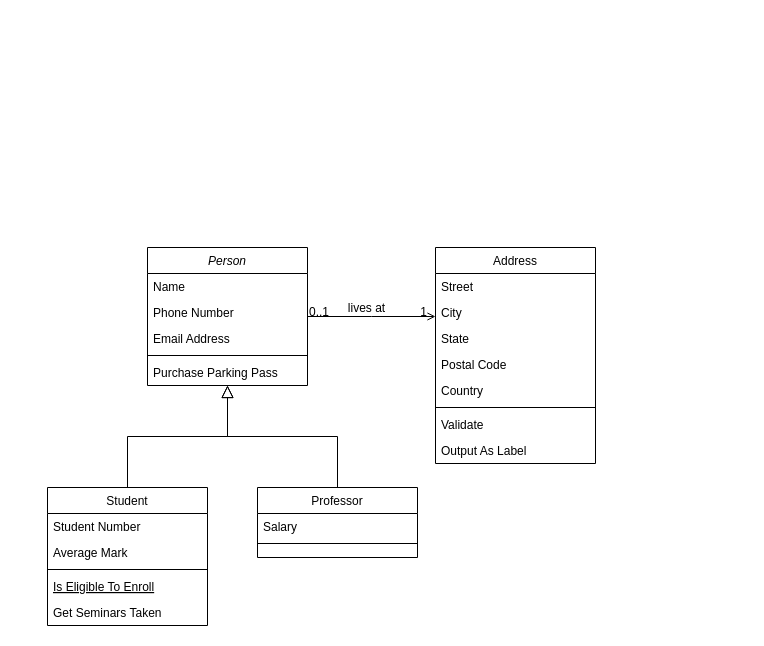
Before: Namnlöst diagram.drawio in MagSandberg/Labb3-Ressurrection, a draw.io diagram. Source tidied: cells renumbered, new cells numbered last; positions are measured from the earlier drawing's top-left corner, leaving out a move shared by most shapes. Both pictures are drawn from the tidied source at 100%, with x=0, y=0 at pixel (47, 247).
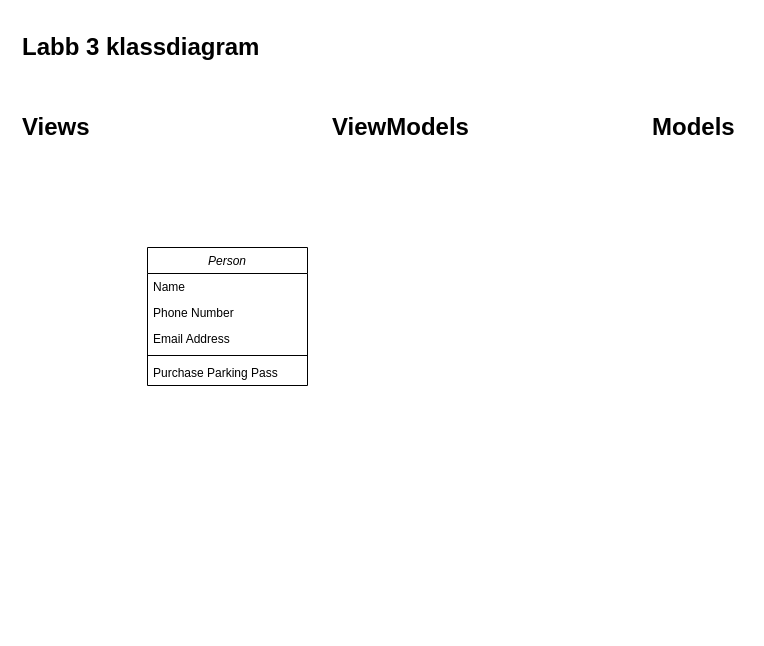
Above is the later version.

Unchanged cells that the change refers to:
```xml
<mxCell id="2" value="Person" style="swimlane;fontStyle=2;align=center;verticalAlign=top;horizontal=1;startSize=26;rounded=0;shadow=0;strokeWidth=1;" parent="1" vertex="1">
  <mxGeometry x="100" width="160" height="138" as="geometry" />
</mxCell>
```

The edit, as a diff of the source:
```diff
@@
-    <mxCell id="8" value="Student" style="swimlane;fontStyle=0;align=center;verticalAlign=top;horizontal=1;startSize=26;rounded=0;shadow=0;strokeWidth=1;" parent="1" vertex="1">
-      <mxGeometry y="240" width="160" height="138" as="geometry" />
-    </mxCell>
-    <mxCell id="9" value="Student Number" style="text;align=left;verticalAlign=top;spacingLeft=4;spacingRight=4;overflow=hidden;" parent="8" vertex="1">
-      <mxGeometry y="26" width="160" height="26" as="geometry" />
-    </mxCell>
-    <mxCell id="10" value="Average Mark" style="text;align=left;verticalAlign=top;spacingLeft=4;spacingRight=4;overflow=hidden;rounded=0;shadow=0;html=0;" parent="8" vertex="1">
-      <mxGeometry y="52" width="160" height="26" as="geometry" />
-    </mxCell>
-    <mxCell id="11" style="line;html=1;strokeWidth=1;align=left;verticalAlign=middle;spacingTop=-1;spacingLeft=3;spacingRight=3;labelPosition=right;" parent="8" vertex="1">
-      <mxGeometry y="78" width="160" height="8" as="geometry" />
-    </mxCell>
-    <mxCell id="12" value="Is Eligible To Enroll" style="text;align=left;verticalAlign=top;spacingLeft=4;spacingRight=4;overflow=hidden;fontStyle=4;" parent="8" vertex="1">
-      <mxGeometry y="86" width="160" height="26" as="geometry" />
-    </mxCell>
-    <mxCell id="13" value="Get Seminars Taken" style="text;align=left;verticalAlign=top;spacingLeft=4;spacingRight=4;overflow=hidden;" parent="8" vertex="1">
-      <mxGeometry y="112" width="160" height="26" as="geometry" />
-    </mxCell>
-    <mxCell id="14" style="endArrow=block;endSize=10;endFill=0;shadow=0;strokeWidth=1;rounded=0;edgeStyle=elbowEdgeStyle;elbow=vertical;" parent="1" edge="1" source="8" target="2">
-      <mxGeometry relative="1" as="geometry" />
-    </mxCell>
-    <mxCell id="15" value="Professor" style="swimlane;fontStyle=0;align=center;verticalAlign=top;horizontal=1;startSize=26;rounded=0;shadow=0;strokeWidth=1;" parent="1" vertex="1">
-      <mxGeometry x="210" y="240" width="160" height="70" as="geometry" />
-    </mxCell>
-    <mxCell id="16" value="Salary" style="text;align=left;verticalAlign=top;spacingLeft=4;spacingRight=4;overflow=hidden;" parent="15" vertex="1">
-      <mxGeometry y="26" width="160" height="26" as="geometry" />
-    </mxCell>
-    <mxCell id="17" style="line;html=1;strokeWidth=1;align=left;verticalAlign=middle;spacingTop=-1;spacingLeft=3;spacingRight=3;labelPosition=right;" parent="15" vertex="1">
-      <mxGeometry y="52" width="160" height="8" as="geometry" />
-    </mxCell>
-    <mxCell id="18" style="endArrow=block;endSize=10;endFill=0;shadow=0;strokeWidth=1;rounded=0;edgeStyle=elbowEdgeStyle;elbow=vertical;" parent="1" edge="1" source="15" target="2">
-      <mxGeometry relative="1" as="geometry" />
-    </mxCell>
-    <mxCell id="19" value="Address" style="swimlane;fontStyle=0;align=center;verticalAlign=top;horizontal=1;startSize=26;rounded=0;shadow=0;strokeWidth=1;" parent="1" vertex="1">
-      <mxGeometry x="388" width="160" height="216" as="geometry" />
-    </mxCell>
-    <mxCell id="20" value="Street" style="text;align=left;verticalAlign=top;spacingLeft=4;spacingRight=4;overflow=hidden;" parent="19" vertex="1">
-      <mxGeometry y="26" width="160" height="26" as="geometry" />
-    </mxCell>
-    <mxCell id="21" value="City" style="text;align=left;verticalAlign=top;spacingLeft=4;spacingRight=4;overflow=hidden;rounded=0;shadow=0;html=0;" parent="19" vertex="1">
-      <mxGeometry y="52" width="160" height="26" as="geometry" />
-    </mxCell>
-    <mxCell id="22" value="State" style="text;align=left;verticalAlign=top;spacingLeft=4;spacingRight=4;overflow=hidden;rounded=0;shadow=0;html=0;" parent="19" vertex="1">
-      <mxGeometry y="78" width="160" height="26" as="geometry" />
-    </mxCell>
-    <mxCell id="23" value="Postal Code" style="text;align=left;verticalAlign=top;spacingLeft=4;spacingRight=4;overflow=hidden;rounded=0;shadow=0;html=0;" parent="19" vertex="1">
-      <mxGeometry y="104" width="160" height="26" as="geometry" />
-    </mxCell>
-    <mxCell id="24" value="Country" style="text;align=left;verticalAlign=top;spacingLeft=4;spacingRight=4;overflow=hidden;rounded=0;shadow=0;html=0;" parent="19" vertex="1">
-      <mxGeometry y="130" width="160" height="26" as="geometry" />
-    </mxCell>
-    <mxCell id="25" style="line;html=1;strokeWidth=1;align=left;verticalAlign=middle;spacingTop=-1;spacingLeft=3;spacingRight=3;labelPosition=right;" parent="19" vertex="1">
-      <mxGeometry y="156" width="160" height="8" as="geometry" />
-    </mxCell>
-    <mxCell id="26" value="Validate" style="text;align=left;verticalAlign=top;spacingLeft=4;spacingRight=4;overflow=hidden;" parent="19" vertex="1">
-      <mxGeometry y="164" width="160" height="26" as="geometry" />
-    </mxCell>
-    <mxCell id="27" value="Output As Label" style="text;align=left;verticalAlign=top;spacingLeft=4;spacingRight=4;overflow=hidden;" parent="19" vertex="1">
-      <mxGeometry y="190" width="160" height="26" as="geometry" />
-    </mxCell>
-    <mxCell id="28" style="endArrow=open;shadow=0;strokeWidth=1;rounded=0;endFill=1;edgeStyle=elbowEdgeStyle;elbow=vertical;" parent="1" edge="1" source="2" target="19">
-      <mxGeometry x="0.5" y="41" relative="1" as="geometry">
-        <mxPoint x="-40" y="32" as="offset" />
-      </mxGeometry>
-    </mxCell>
-    <mxCell id="29" value="0..1" style="align=left;verticalAlign=bottom;labelBackgroundColor=none;fontSize=12;" parent="28" vertex="1">
-      <mxGeometry x="-1" relative="1" as="geometry">
-        <mxPoint y="4" as="offset" />
-      </mxGeometry>
-    </mxCell>
-    <mxCell id="30" value="1" style="align=right;verticalAlign=bottom;labelBackgroundColor=none;fontSize=12;" parent="28" vertex="1">
-      <mxGeometry x="1" relative="1" as="geometry">
-        <mxPoint x="-7" y="4" as="offset" />
-      </mxGeometry>
-    </mxCell>
-    <mxCell id="31" value="lives at" style="text;html=1;align=center;verticalAlign=middle;labelBackgroundColor=none;rounded=0;shadow=0;strokeWidth=1;fontSize=12;" parent="28" vertex="1">
-      <mxGeometry x="0.5" y="49" relative="1" as="geometry">
-        <mxPoint x="-38" y="40" as="offset" />
-      </mxGeometry>
-    </mxCell>
+    <mxCell id="32" value="&lt;h1&gt;Labb 3 klassdiagram&lt;/h1&gt;" style="text;html=1;strokeColor=none;fillColor=none;spacing=5;spacingTop=-20;whiteSpace=wrap;overflow=hidden;rounded=0;" parent="1" vertex="1">
+      <mxGeometry x="-30" y="-220" width="270" height="50" as="geometry" />
+    </mxCell>
+    <mxCell id="33" value="&lt;h1&gt;Views&lt;/h1&gt;" style="text;html=1;strokeColor=none;fillColor=none;spacing=5;spacingTop=-20;whiteSpace=wrap;overflow=hidden;rounded=0;" parent="1" vertex="1">
+      <mxGeometry x="-30" y="-140" width="100" height="40" as="geometry" />
+    </mxCell>
+    <mxCell id="34" value="&lt;h1&gt;ViewModels&lt;/h1&gt;" style="text;html=1;strokeColor=none;fillColor=none;spacing=5;spacingTop=-20;whiteSpace=wrap;overflow=hidden;rounded=0;" parent="1" vertex="1">
+      <mxGeometry x="280" y="-140" width="210" height="40" as="geometry" />
+    </mxCell>
+    <mxCell id="35" value="&lt;h1&gt;Models&lt;/h1&gt;" style="text;html=1;strokeColor=none;fillColor=none;spacing=5;spacingTop=-20;whiteSpace=wrap;overflow=hidden;rounded=0;" parent="1" vertex="1">
+      <mxGeometry x="600" y="-140" width="100" height="40" as="geometry" />
+    </mxCell>
```
